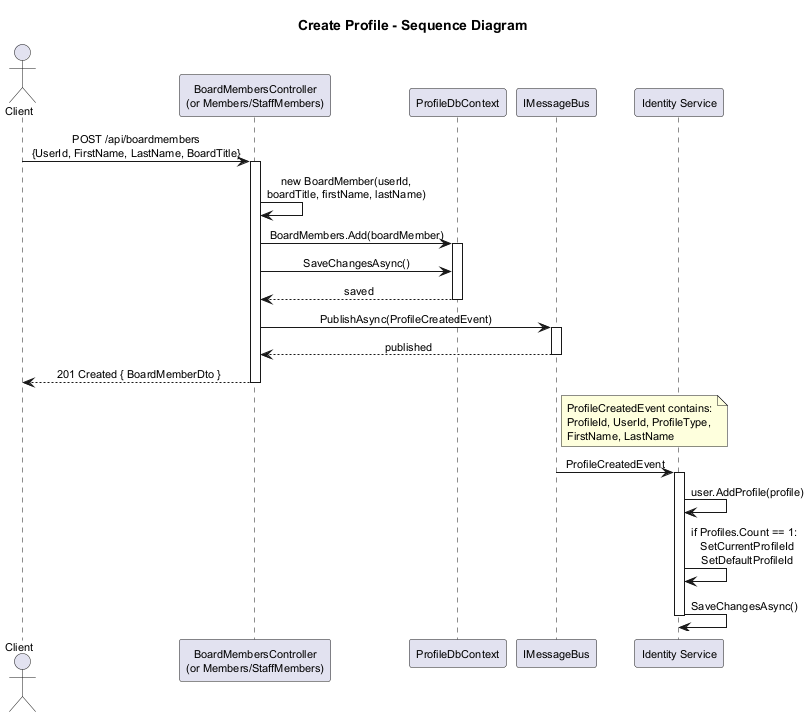
Above: docs/detailed-designs/04-profile-management/sequence-create-profile.png in QuinntyneBrown/Coop (PlantUML), before the change. Source of this version:
```plantuml
@startuml sequence-create-profile

skinparam defaultFontSize 11
skinparam sequenceMessageAlign center
skinparam shadowing false
skinparam responseMessageBelowArrow true
skinparam pageMargin 10

title Create Profile - Sequence Diagram

actor Client
participant "BoardMembersController\n(or Members/StaffMembers)" as Ctrl
participant "ProfileDbContext" as DB
participant "IMessageBus" as Bus
participant "Identity Service" as Identity

Client -> Ctrl : POST /api/boardmembers\n{UserId, FirstName, LastName, BoardTitle}
activate Ctrl

Ctrl -> Ctrl : new BoardMember(userId,\nboardTitle, firstName, lastName)

Ctrl -> DB : BoardMembers.Add(boardMember)
activate DB
Ctrl -> DB : SaveChangesAsync()
DB --> Ctrl : saved
deactivate DB

Ctrl -> Bus : PublishAsync(ProfileCreatedEvent)
activate Bus
Bus --> Ctrl : published
deactivate Bus

Ctrl --> Client : 201 Created { BoardMemberDto }
deactivate Ctrl

note right of Bus
  ProfileCreatedEvent contains:
  ProfileId, UserId, ProfileType,
  FirstName, LastName
end note

Bus -> Identity : ProfileCreatedEvent
activate Identity
Identity -> Identity : user.AddProfile(profile)
Identity -> Identity : if Profiles.Count == 1:\n  SetCurrentProfileId\n  SetDefaultProfileId
Identity -> Identity : SaveChangesAsync()
deactivate Identity

@enduml
```
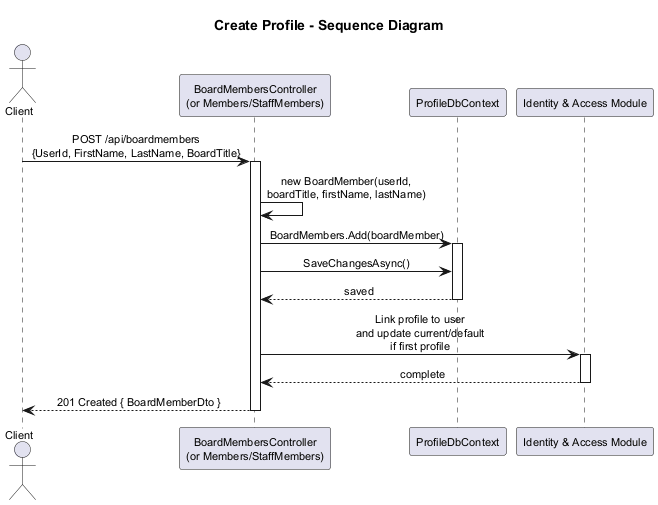
The same file after the commit.

Diff of the diagram source:
```diff
@@ -11,8 +11,7 @@
 actor Client
 participant "BoardMembersController\n(or Members/StaffMembers)" as Ctrl
 participant "ProfileDbContext" as DB
-participant "IMessageBus" as Bus
-participant "Identity Service" as Identity
+participant "Identity & Access Module" as Identity
 
 Client -> Ctrl : POST /api/boardmembers\n{UserId, FirstName, LastName, BoardTitle}
 activate Ctrl
@@ -25,25 +24,12 @@
 DB --> Ctrl : saved
 deactivate DB
 
-Ctrl -> Bus : PublishAsync(ProfileCreatedEvent)
-activate Bus
-Bus --> Ctrl : published
-deactivate Bus
+Ctrl -> Identity : Link profile to user\nand update current/default\nif first profile
+activate Identity
+Identity --> Ctrl : complete
+deactivate Identity
 
 Ctrl --> Client : 201 Created { BoardMemberDto }
 deactivate Ctrl
 
-note right of Bus
-  ProfileCreatedEvent contains:
-  ProfileId, UserId, ProfileType,
-  FirstName, LastName
-end note
-
-Bus -> Identity : ProfileCreatedEvent
-activate Identity
-Identity -> Identity : user.AddProfile(profile)
-Identity -> Identity : if Profiles.Count == 1:\n  SetCurrentProfileId\n  SetDefaultProfileId
-Identity -> Identity : SaveChangesAsync()
-deactivate Identity
-
 @enduml
```
